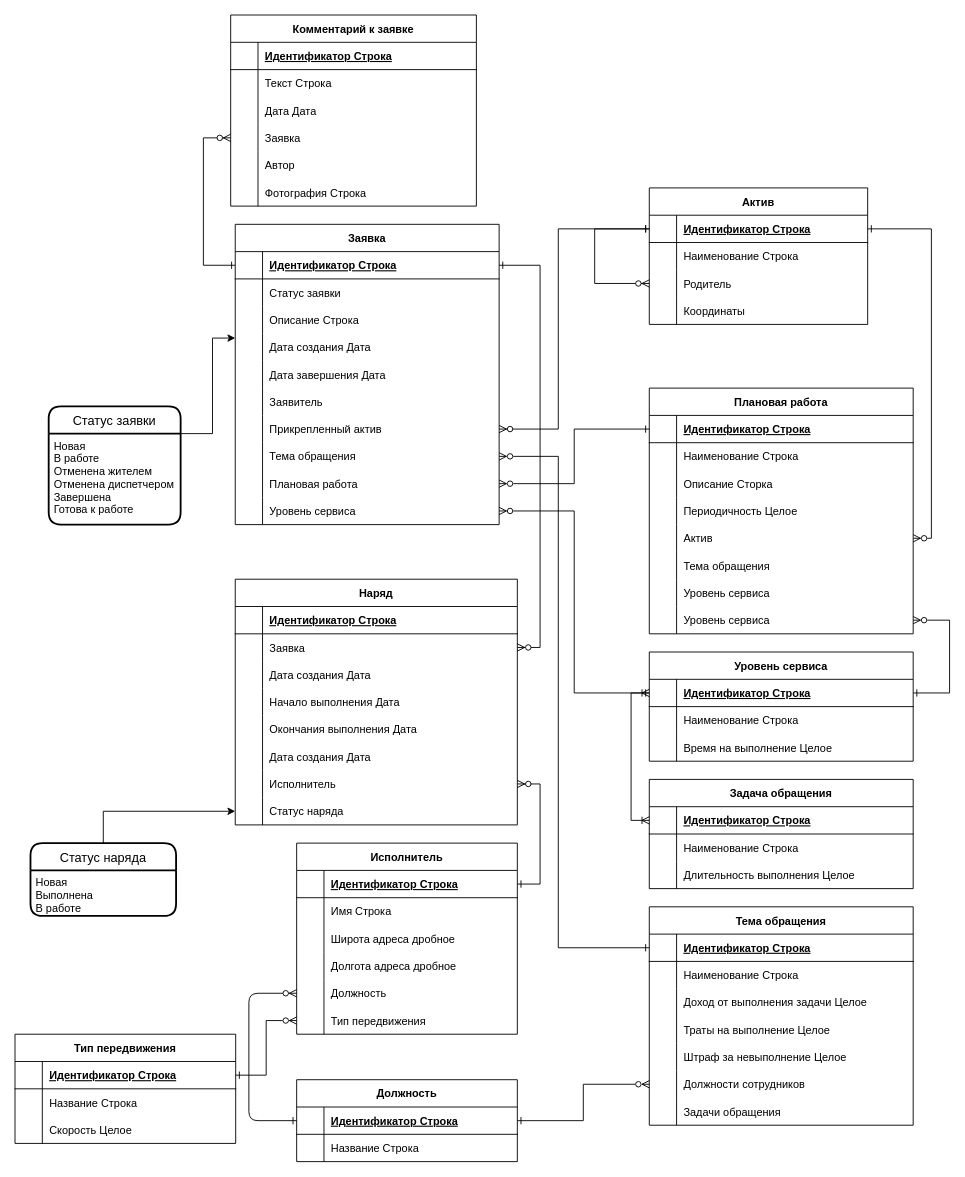
Above: er.drawio in iamquoz/essen (draw.io), before the change. Source tidied: cells renumbered, new cells numbered last; positions are measured from the earlier drawing's top-left corner, leaving out a move shared by most shapes. Both pictures are drawn from the tidied source at 91%, with x=0, y=0 at pixel (15, 15).
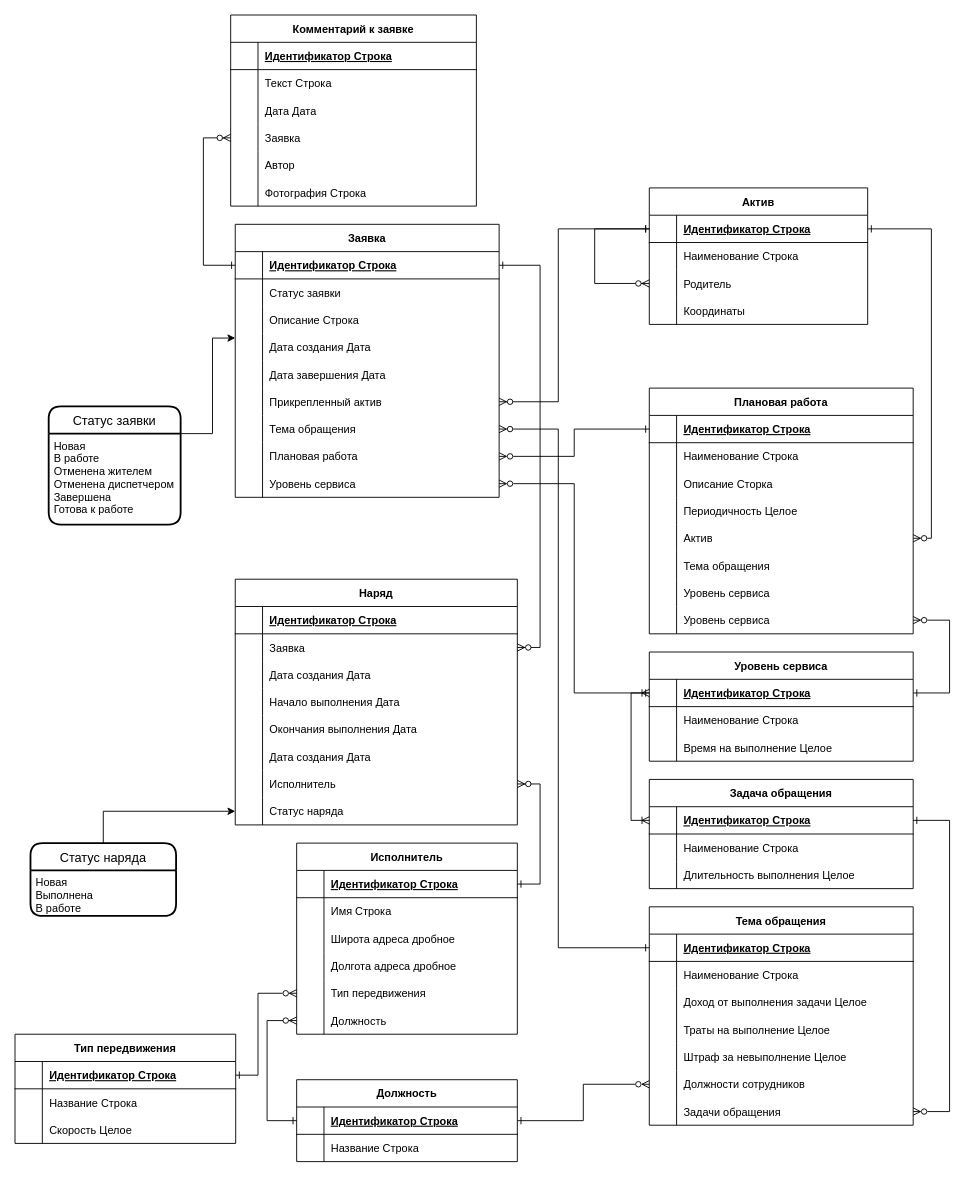
After the change.

The change refers to these unchanged cells:
```xml
<mxCell id="86" value="Исполнитель" style="shape=table;startSize=30;childLayout=tableLayout;rowLines=0;fontStyle=1;align=center;" parent="1" vertex="1">
  <mxGeometry x="309.5" y="910" width="242.5" height="210" as="geometry" />
</mxCell>
<mxCell id="106" style="shape=tableRow;horizontal=0;startSize=0;swimlaneHead=0;swimlaneBody=0;fillColor=none;points=[[0,0.5],[1,0.5]];portConstraint=eastwest;top=0;left=0;right=0;bottom=1;" parent="105" vertex="1">
  <mxGeometry y="30" width="242.5" height="30" as="geometry" />
</mxCell>
<mxCell id="115" style="shape=tableRow;horizontal=0;startSize=0;swimlaneHead=0;swimlaneBody=0;fillColor=none;points=[[0,0.5],[1,0.5]];portConstraint=eastwest;top=0;left=0;right=0;bottom=1;" parent="114" vertex="1">
  <mxGeometry y="30" width="240" height="30" as="geometry" />
</mxCell>
<mxCell id="139" style="shape=partialRectangle;fillColor=none;points=[[0,0.5],[1,0.5]];portConstraint=eastwest;top=0;left=0;right=0;bottom=1;" parent="138" vertex="1">
  <mxGeometry y="30" width="290" height="30" as="geometry" />
</mxCell>
<mxCell id="177" style="shape=partialRectangle;fillColor=none;points=[[0,0.5],[1,0.5]];portConstraint=eastwest;top=0;left=0;right=0;bottom=1;" parent="176" vertex="1">
  <mxGeometry y="30" width="290" height="30" as="geometry" />
</mxCell>
<mxCell id="195" style="shape=partialRectangle;fillColor=none;points=[[0,0.5],[1,0.5]];portConstraint=eastwest;top=0;left=0;right=0;bottom=0;" parent="176" vertex="1">
  <mxGeometry y="210" width="290" height="30" as="geometry" />
</mxCell>
<mxCell id="204" style="shape=tableRow;horizontal=0;startSize=0;swimlaneHead=0;swimlaneBody=0;fillColor=none;points=[[0,0.5],[1,0.5]];portConstraint=eastwest;top=0;left=0;right=0;bottom=1;" parent="203" vertex="1">
  <mxGeometry y="30" width="242.5" height="30" as="geometry" />
</mxCell>
```

The edit, as a diff of the source:
```diff
@@
     <mxCell id="3" value="Заявка" style="shape=table;startSize=30;childLayout=tableLayout;rowLines=0;fontStyle=1;align=center;" parent="1" vertex="1">
-      <mxGeometry x="242" y="230" width="290" height="330" as="geometry" />
+      <mxGeometry x="242" y="230" width="290" height="300" as="geometry" />
     </mxCell>
@@
-    <mxCell id="19" style="shape=partialRectangle;fillColor=none;top=0;left=0;right=0;bottom=0;" parent="3" vertex="1">
-      <mxGeometry y="180" width="290" height="30" as="geometry" />
-    </mxCell>
-    <mxCell id="20" style="shape=partialRectangle;overflow=hidden;fillColor=none;top=0;left=0;bottom=0;right=0;" parent="19" vertex="1">
-      <mxGeometry width="30" height="30" as="geometry" />
-    </mxCell>
-    <mxCell id="21" value="Заявитель" style="shape=partialRectangle;overflow=hidden;fillColor=none;top=0;left=0;bottom=0;right=0;align=left;spacingLeft=6;" parent="19" vertex="1">
-      <mxGeometry x="30" width="260" height="30" as="geometry" />
-    </mxCell>
     <mxCell id="22" style="shape=partialRectangle;fillColor=none;points=[[0,0.5],[1,0.5]];portConstraint=eastwest;top=0;left=0;right=0;bottom=0;" parent="3" vertex="1">
-      <mxGeometry y="210" width="290" height="30" as="geometry" />
+      <mxGeometry y="180" width="290" height="30" as="geometry" />
     </mxCell>
@@
     <mxCell id="25" style="shape=partialRectangle;fillColor=none;points=[[0,0.5],[1,0.5]];portConstraint=eastwest;top=0;left=0;right=0;bottom=0;" parent="3" vertex="1">
-      <mxGeometry y="240" width="290" height="30" as="geometry" />
+      <mxGeometry y="210" width="290" height="30" as="geometry" />
     </mxCell>
@@
     <mxCell id="28" style="shape=partialRectangle;fillColor=none;points=[[0,0.5],[1,0.5]];portConstraint=eastwest;top=0;left=0;right=0;bottom=0;" parent="3" vertex="1">
-      <mxGeometry y="270" width="290" height="30" as="geometry" />
+      <mxGeometry y="240" width="290" height="30" as="geometry" />
     </mxCell>
@@
     <mxCell id="31" style="shape=partialRectangle;fillColor=none;points=[[0,0.5],[1,0.5]];portConstraint=eastwest;top=0;left=0;right=0;bottom=0;" parent="3" vertex="1">
-      <mxGeometry y="300" width="290" height="30" as="geometry" />
+      <mxGeometry y="270" width="290" height="30" as="geometry" />
     </mxCell>
@@
+    <mxCell id="102" style="shape=tableRow;horizontal=0;startSize=0;swimlaneHead=0;swimlaneBody=0;fillColor=none;points=[[0,0.5],[1,0.5]];portConstraint=eastwest;top=0;left=0;right=0;bottom=0;" parent="86" vertex="1">
+      <mxGeometry y="150" width="242.5" height="30" as="geometry" />
+    </mxCell>
+    <mxCell id="103" style="shape=partialRectangle;fillColor=none;top=0;left=0;bottom=0;right=0;overflow=hidden;" parent="102" vertex="1">
+      <mxGeometry width="30" height="30" as="geometry" />
+    </mxCell>
+    <mxCell id="104" value="Тип передвижения" style="shape=partialRectangle;fillColor=none;top=0;left=0;bottom=0;right=0;align=left;spacingLeft=6;overflow=hidden;" parent="102" vertex="1">
+      <mxGeometry x="30" width="212.5" height="30" as="geometry" />
+    </mxCell>
     <mxCell id="99" style="shape=tableRow;horizontal=0;startSize=0;swimlaneHead=0;swimlaneBody=0;fillColor=none;points=[[0,0.5],[1,0.5]];portConstraint=eastwest;top=0;left=0;right=0;bottom=0;" parent="86" vertex="1">
-      <mxGeometry y="150" width="242.5" height="30" as="geometry" />
+      <mxGeometry y="180" width="242.5" height="30" as="geometry" />
     </mxCell>
@@
-    <mxCell id="102" style="shape=tableRow;horizontal=0;startSize=0;swimlaneHead=0;swimlaneBody=0;fillColor=none;points=[[0,0.5],[1,0.5]];portConstraint=eastwest;top=0;left=0;right=0;bottom=0;" parent="86" vertex="1">
-      <mxGeometry y="180" width="242.5" height="30" as="geometry" />
-    </mxCell>
-    <mxCell id="103" style="shape=partialRectangle;fillColor=none;top=0;left=0;bottom=0;right=0;overflow=hidden;" parent="102" vertex="1">
-      <mxGeometry width="30" height="30" as="geometry" />
-    </mxCell>
-    <mxCell id="104" value="Тип передвижения" style="shape=partialRectangle;fillColor=none;top=0;left=0;bottom=0;right=0;align=left;spacingLeft=6;overflow=hidden;" parent="102" vertex="1">
-      <mxGeometry x="30" width="212.5" height="30" as="geometry" />
-    </mxCell>
@@
-    <mxCell id="112" style="edgeStyle=elbowEdgeStyle;endArrow=ERzeroToMany;startArrow=ERone;endFill=1;startFill=0;exitX=0;exitY=0.5;exitDx=0;exitDy=0;entryX=0;entryY=0.5;entryDx=0;entryDy=0;" parent="1" edge="1" source="106" target="99">
+    <mxCell id="112" style="edgeStyle=elbowEdgeStyle;endArrow=ERzeroToMany;startArrow=ERone;endFill=1;startFill=0;exitX=0;exitY=0.5;exitDx=0;exitDy=0;entryX=0;entryY=0.5;entryDx=0;entryDy=0;rounded=0;" parent="1" edge="1" source="106" target="99">
       <mxGeometry relative="1" as="geometry">
         <Array as="points">
+          <mxPoint x="277" y="1130" />
           <mxPoint x="257" y="1100" />
           <mxPoint x="627" y="890" />
           <mxPoint x="597" y="980" />
           <mxPoint x="267" y="1120" />
         </Array>
       </mxGeometry>
     </mxCell>
@@
     <mxCell id="149" style="endArrow=ERzeroToMany;startArrow=ERone;endFill=1;startFill=0;edgeStyle=orthogonalEdgeStyle;entryX=1;entryY=0.5;entryDx=0;entryDy=0;exitX=0;exitY=0.5;exitDx=0;exitDy=0;rounded=0;" parent="1" edge="1" source="115" target="22">
       <mxGeometry relative="1" as="geometry">
         <Array as="points">
           <mxPoint x="597" y="235" />
-          <mxPoint x="597" y="455" />
+          <mxPoint x="597" y="425" />
         </Array>
       </mxGeometry>
     </mxCell>
@@
     <mxCell id="200" style="edgeStyle=orthogonalEdgeStyle;rounded=0;jettySize=auto;html=1;entryX=1;entryY=0.5;entryDx=0;entryDy=0;endArrow=ERzeroToMany;startArrow=ERone;startFill=0;endFill=0;" parent="1" edge="1" source="177" target="25">
       <mxGeometry relative="1" as="geometry">
         <Array as="points">
           <mxPoint x="597" y="1025" />
-          <mxPoint x="597" y="485" />
+          <mxPoint x="597" y="455" />
         </Array>
       </mxGeometry>
     </mxCell>
@@
     <mxCell id="213" style="edgeStyle=orthogonalEdgeStyle;rounded=0;jettySize=auto;html=1;entryX=0;entryY=0.5;entryDx=0;entryDy=0;endArrow=ERzeroToMany;startArrow=ERone;startFill=0;endFill=0;" parent="1" edge="1" source="204" target="102">
-      <mxGeometry relative="1" as="geometry" />
+      <mxGeometry relative="1" as="geometry">
+        <Array as="points">
+          <mxPoint x="267" y="1165" />
+          <mxPoint x="267" y="1075" />
+        </Array>
+      </mxGeometry>
     </mxCell>
+    <mxCell id="214" style="edgeStyle=orthogonalEdgeStyle;rounded=0;jettySize=auto;html=1;endArrow=ERzeroToMany;startArrow=ERone;startFill=0;endFill=0;exitX=1;exitY=0.5;exitDx=0;exitDy=0;" parent="1" edge="1" source="139" target="195">
+      <mxGeometry relative="1" as="geometry">
+        <Array as="points">
+          <mxPoint x="1027" y="885" />
+          <mxPoint x="1027" y="1205" />
+        </Array>
+      </mxGeometry>
+    </mxCell>
```
